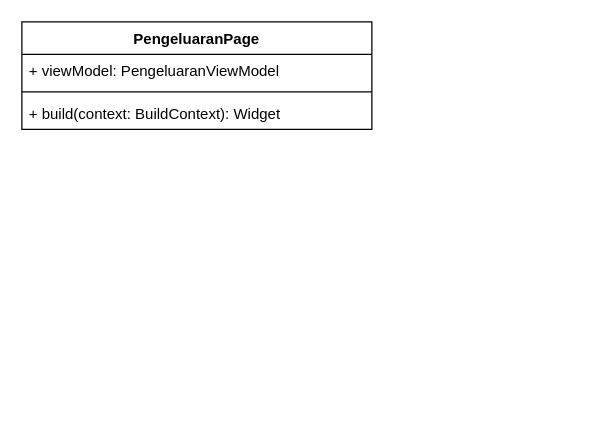
The draw.io diagram docs/UML/Class Diagram Detail/PengeluaranPage.drawio in randy-ar/snap-notes-docs, before the edit. Source tidied: cells renumbered, new cells numbered last; positions are measured from the earlier drawing's top-left corner, leaving out a move shared by most shapes. Both pictures are drawn from the tidied source at 125%, with x=0, y=0 at pixel (21, 21).
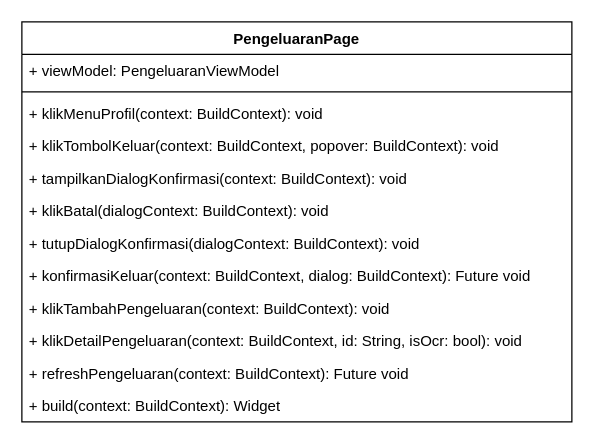
The same page after the edit.

Diff of the diagram source:
```diff
@@
 <mxGraphModel background="#ffffff">
   <root>
     <mxCell id="0" />
     <mxCell id="1" parent="0" />
     <mxCell id="2" value="PengeluaranPage" style="swimlane;fontStyle=1;align=center;verticalAlign=top;horizontal=1;startSize=26;whiteSpace=wrap;html=1;" parent="1" vertex="1">
-      <mxGeometry width="280" height="86" as="geometry" />
+      <mxGeometry width="440" height="320" as="geometry" />
     </mxCell>
     <mxCell id="3" value="+ viewModel: PengeluaranViewModel" style="text;strokeColor=none;fillColor=none;align=left;verticalAlign=top;spacingLeft=4;spacingRight=4;overflow=hidden;whiteSpace=wrap;html=1;" parent="2" vertex="1">
-      <mxGeometry y="26" width="280" height="26" as="geometry" />
+      <mxGeometry y="26" width="440" height="26" as="geometry" />
     </mxCell>
     <mxCell id="4" style="line;strokeWidth=1;fillColor=none;align=left;verticalAlign=middle;spacingTop=-1;spacingLeft=3;spacingRight=3;labelPosition=right;strokeColor=inherit;" parent="2" vertex="1">
-      <mxGeometry y="52" width="280" height="8" as="geometry" />
+      <mxGeometry y="52" width="440" height="8" as="geometry" />
     </mxCell>
+    <mxCell id="6" value="+ klikMenuProfil(context: BuildContext): void" style="text;strokeColor=none;fillColor=none;align=left;verticalAlign=top;spacingLeft=4;spacingRight=4;overflow=hidden;whiteSpace=wrap;html=1;" parent="2" vertex="1">
+      <mxGeometry y="60" width="440" height="26" as="geometry" />
+    </mxCell>
+    <mxCell id="7" value="+ klikTombolKeluar(context: BuildContext, popover: BuildContext): void" style="text;strokeColor=none;fillColor=none;align=left;verticalAlign=top;spacingLeft=4;spacingRight=4;overflow=hidden;whiteSpace=wrap;html=1;" parent="2" vertex="1">
+      <mxGeometry y="86" width="440" height="26" as="geometry" />
+    </mxCell>
+    <mxCell id="8" value="+ tampilkanDialogKonfirmasi(context: BuildContext): void" style="text;strokeColor=none;fillColor=none;align=left;verticalAlign=top;spacingLeft=4;spacingRight=4;overflow=hidden;whiteSpace=wrap;html=1;" parent="2" vertex="1">
+      <mxGeometry y="112" width="440" height="26" as="geometry" />
+    </mxCell>
+    <mxCell id="9" value="+ klikBatal(dialogContext: BuildContext): void" style="text;strokeColor=none;fillColor=none;align=left;verticalAlign=top;spacingLeft=4;spacingRight=4;overflow=hidden;whiteSpace=wrap;html=1;" parent="2" vertex="1">
+      <mxGeometry y="138" width="440" height="26" as="geometry" />
+    </mxCell>
+    <mxCell id="10" value="+ tutupDialogKonfirmasi(dialogContext: BuildContext): void" style="text;strokeColor=none;fillColor=none;align=left;verticalAlign=top;spacingLeft=4;spacingRight=4;overflow=hidden;whiteSpace=wrap;html=1;" parent="2" vertex="1">
+      <mxGeometry y="164" width="440" height="26" as="geometry" />
+    </mxCell>
+    <mxCell id="11" value="+ konfirmasiKeluar(context: BuildContext, dialog: BuildContext): Future void" style="text;strokeColor=none;fillColor=none;align=left;verticalAlign=top;spacingLeft=4;spacingRight=4;overflow=hidden;whiteSpace=wrap;html=1;" parent="2" vertex="1">
+      <mxGeometry y="190" width="440" height="26" as="geometry" />
+    </mxCell>
+    <mxCell id="12" value="+ klikTambahPengeluaran(context: BuildContext): void" style="text;strokeColor=none;fillColor=none;align=left;verticalAlign=top;spacingLeft=4;spacingRight=4;overflow=hidden;whiteSpace=wrap;html=1;" parent="2" vertex="1">
+      <mxGeometry y="216" width="440" height="26" as="geometry" />
+    </mxCell>
+    <mxCell id="13" value="+ klikDetailPengeluaran(context: BuildContext, id: String, isOcr: bool): void" style="text;strokeColor=none;fillColor=none;align=left;verticalAlign=top;spacingLeft=4;spacingRight=4;overflow=hidden;whiteSpace=wrap;html=1;" parent="2" vertex="1">
+      <mxGeometry y="242" width="440" height="26" as="geometry" />
+    </mxCell>
+    <mxCell id="14" value="+ refreshPengeluaran(context: BuildContext): Future void" style="text;strokeColor=none;fillColor=none;align=left;verticalAlign=top;spacingLeft=4;spacingRight=4;overflow=hidden;whiteSpace=wrap;html=1;" parent="2" vertex="1">
+      <mxGeometry y="268" width="440" height="26" as="geometry" />
+    </mxCell>
     <mxCell id="5" value="+ build(context: BuildContext): Widget" style="text;strokeColor=none;fillColor=none;align=left;verticalAlign=top;spacingLeft=4;spacingRight=4;overflow=hidden;whiteSpace=wrap;html=1;" parent="2" vertex="1">
-      <mxGeometry y="60" width="280" height="26" as="geometry" />
+      <mxGeometry y="294" width="440" height="26" as="geometry" />
     </mxCell>
   </root>
 </mxGraphModel>
```
